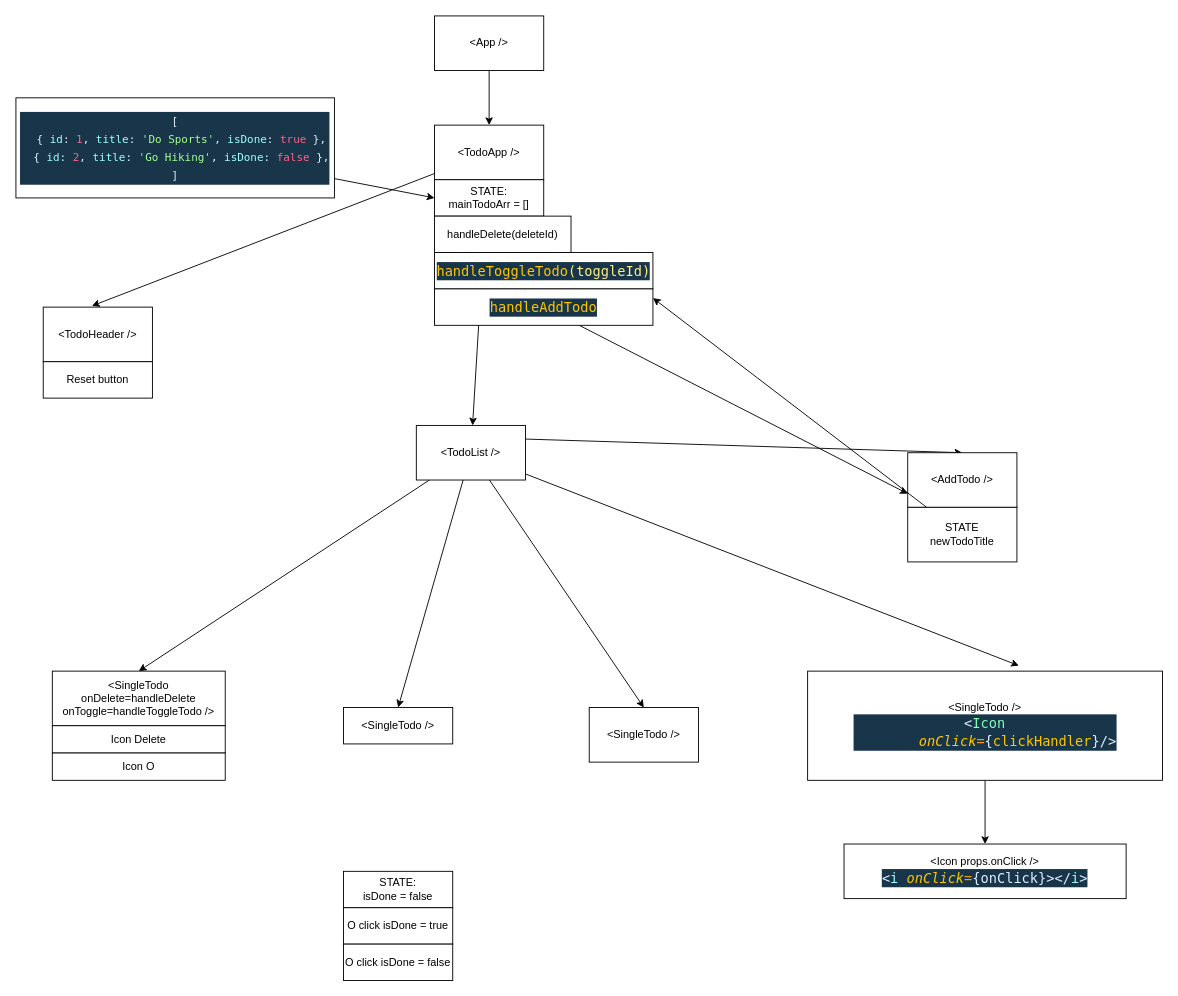
This is poStateLift.drawio from MariusCodeAcademy/type8-react-06-props-forms-todo, a draw.io file, before an edit. Source tidied: cells renumbered, new cells numbered last; positions are measured from the earlier drawing's top-left corner, leaving out a move shared by most shapes. Both pictures are drawn from the tidied source at 91%, with x=0, y=0 at pixel (15, 15).
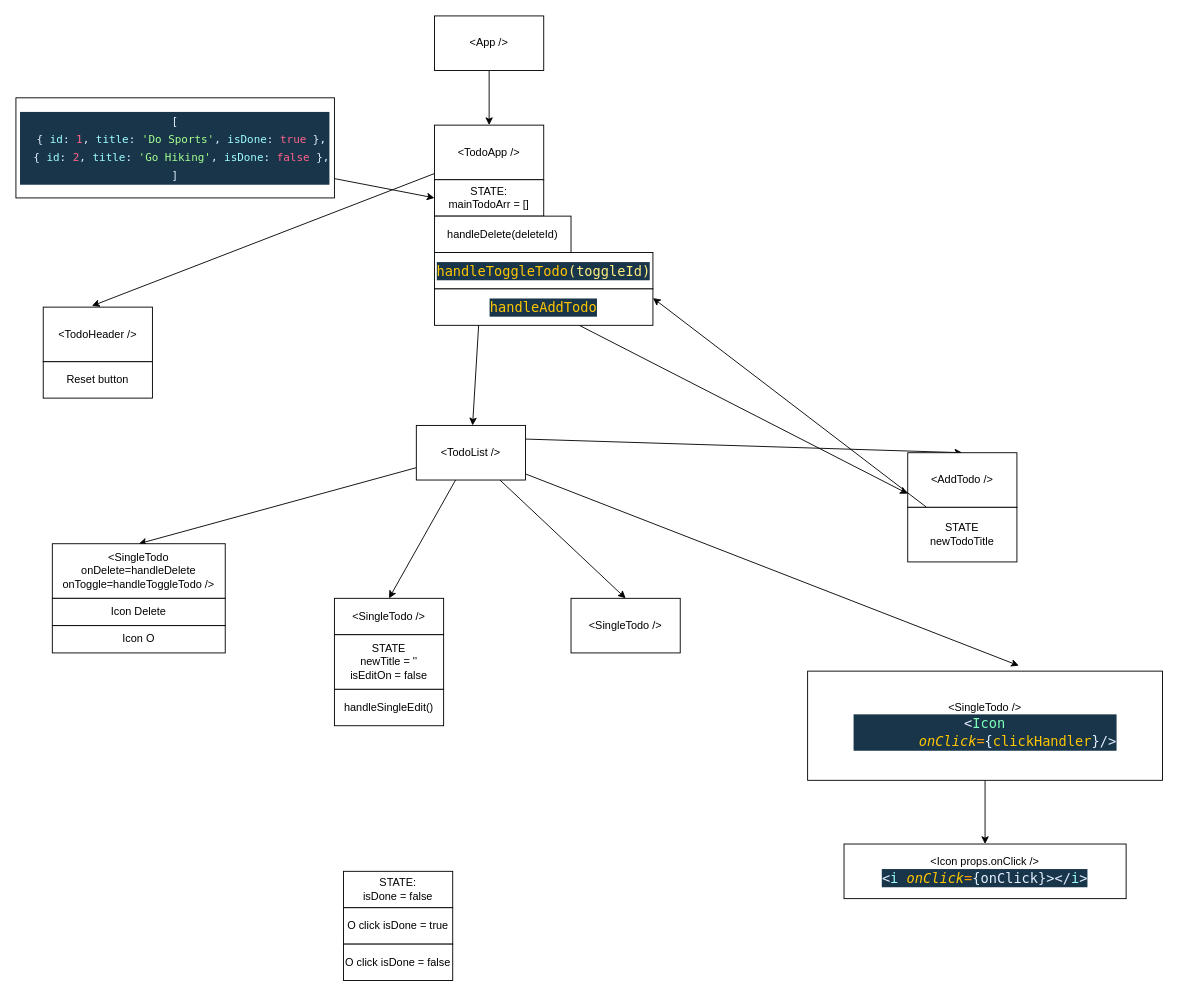
The same diagram, later.

What changed in the source:
```diff
@@
     <mxCell id="15" value="&amp;lt;SingleTodo onDelete=handleDelete &lt;br&gt;onToggle=handleToggleTodo /&amp;gt;" style="rounded=0;whiteSpace=wrap;html=1;" parent="1" vertex="1">
-      <mxGeometry x="40" y="720" width="190" height="60" as="geometry" />
+      <mxGeometry x="40" y="580" width="190" height="60" as="geometry" />
     </mxCell>
     <mxCell id="16" value="&amp;lt;SingleTodo /&amp;gt;" style="rounded=0;whiteSpace=wrap;html=1;" parent="1" vertex="1">
-      <mxGeometry x="360" y="760" width="120" height="40" as="geometry" />
+      <mxGeometry x="350" y="640" width="120" height="40" as="geometry" />
     </mxCell>
     <mxCell id="17" value="&amp;lt;SingleTodo /&amp;gt;" style="rounded=0;whiteSpace=wrap;html=1;" parent="1" vertex="1">
-      <mxGeometry x="630" y="760" width="120" height="60" as="geometry" />
+      <mxGeometry x="610" y="640" width="120" height="60" as="geometry" />
     </mxCell>
@@
     <mxCell id="27" value="Icon Delete" style="rounded=0;whiteSpace=wrap;html=1;" parent="1" vertex="1">
-      <mxGeometry x="40" y="780" width="190" height="30" as="geometry" />
+      <mxGeometry x="40" y="640" width="190" height="30" as="geometry" />
     </mxCell>
@@
     <mxCell id="30" value="Icon O" style="rounded=0;whiteSpace=wrap;html=1;" parent="1" vertex="1">
-      <mxGeometry x="40" y="810" width="190" height="30" as="geometry" />
+      <mxGeometry x="40" y="670" width="190" height="30" as="geometry" />
     </mxCell>
@@
+    <mxCell id="36" value="STATE&lt;br&gt;newTitle = ''&lt;br&gt;isEditOn = false" style="rounded=0;whiteSpace=wrap;html=1;" parent="1" vertex="1">
+      <mxGeometry x="350" y="680" width="120" height="60" as="geometry" />
+    </mxCell>
+    <mxCell id="37" value="handleSingleEdit()" style="rounded=0;whiteSpace=wrap;html=1;" parent="1" vertex="1">
+      <mxGeometry x="350" y="740" width="120" height="40" as="geometry" />
+    </mxCell>
```
